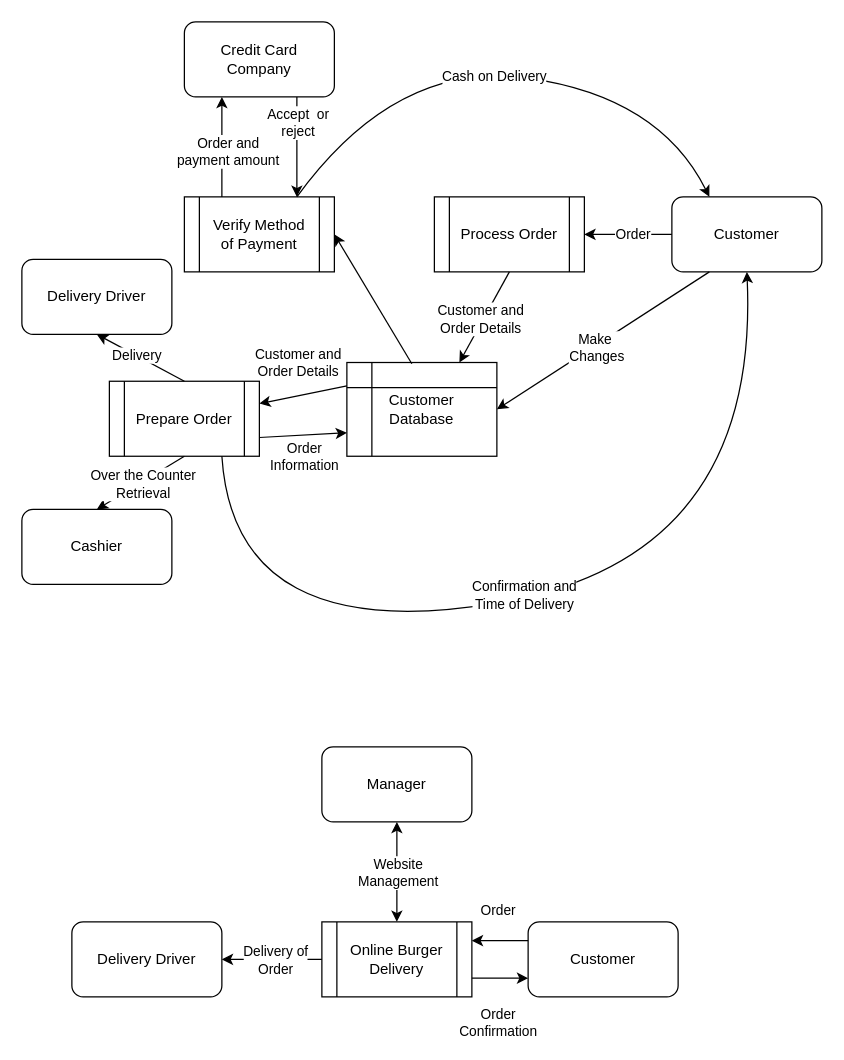
Earlier version of the draw.io diagram Untitled Diagram.drawio (Rimxez/PRATOYO). Source tidied: cells renumbered, new cells numbered last; positions are measured from the earlier drawing's top-left corner, leaving out a move shared by most shapes. Both pictures are drawn from the tidied source at 125%, with x=0, y=0 at pixel (21, 21).
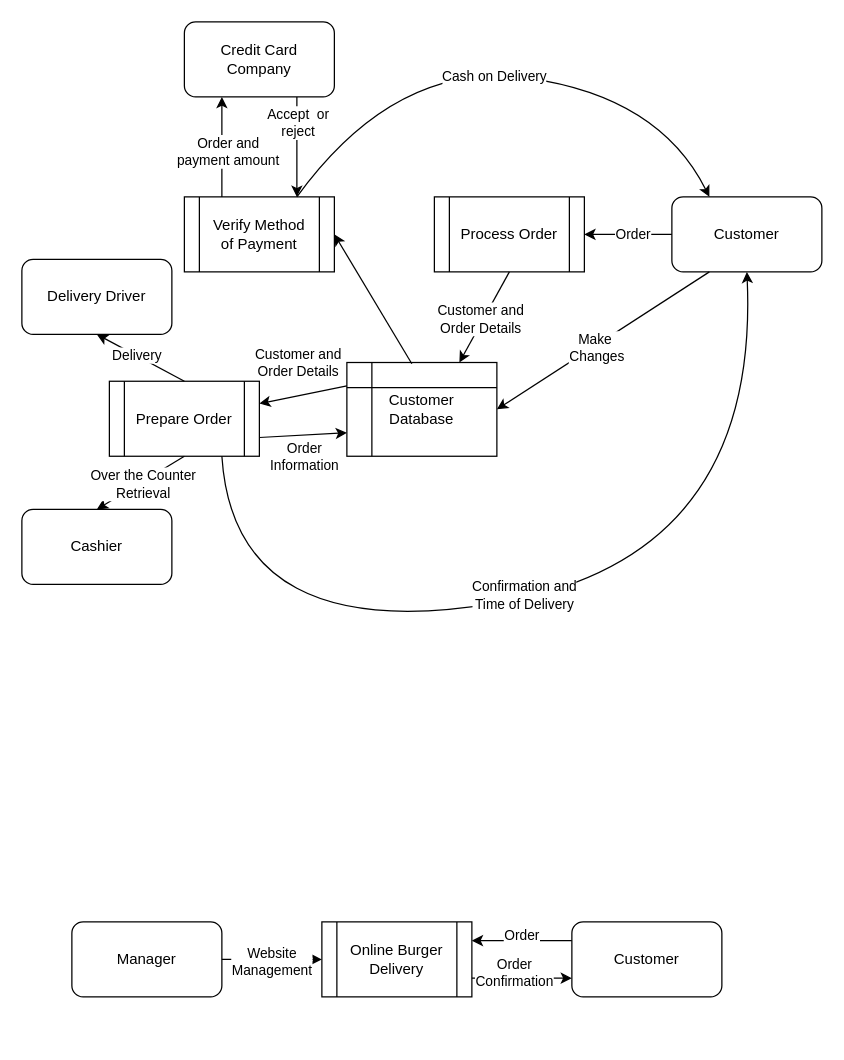
Above is the later version.

The change refers to these unchanged cells:
```xml
<mxCell id="34" value="Online Burger&lt;br&gt;Delivery" style="shape=process;whiteSpace=wrap;html=1;backgroundOutline=1;" parent="1" vertex="1">
  <mxGeometry x="240" y="720" width="120" height="60" as="geometry" />
</mxCell>
<mxCell id="35" style="endArrow=classic;html=1;rounded=0;exitX=0;exitY=0.25;exitDx=0;exitDy=0;entryX=1;entryY=0.25;entryDx=0;entryDy=0;" parent="1" edge="1" source="31" target="34">
  <mxGeometry relative="1" as="geometry" />
</mxCell>
<mxCell id="41" style="endArrow=classic;html=1;rounded=0;exitX=1;exitY=0.75;exitDx=0;exitDy=0;entryX=0;entryY=0.75;entryDx=0;entryDy=0;" parent="1" edge="1" source="34" target="31">
  <mxGeometry relative="1" as="geometry" />
</mxCell>
```

Diff of the diagram source:
```diff
@@
     <mxCell id="31" value="Customer" style="rounded=1;whiteSpace=wrap;html=1;" parent="1" vertex="1">
-      <mxGeometry x="405" y="720" width="120" height="60" as="geometry" />
+      <mxGeometry x="440" y="720" width="120" height="60" as="geometry" />
     </mxCell>
-    <mxCell id="32" value="Manager" style="rounded=1;whiteSpace=wrap;html=1;" parent="1" vertex="1">
-      <mxGeometry x="240" y="580" width="120" height="60" as="geometry" />
-    </mxCell>
-    <mxCell id="33" value="Delivery Driver" style="rounded=1;whiteSpace=wrap;html=1;" parent="1" vertex="1">
+    <mxCell id="33" value="Manager" style="rounded=1;whiteSpace=wrap;html=1;" parent="1" vertex="1">
       <mxGeometry x="40" y="720" width="120" height="60" as="geometry" />
     </mxCell>
@@
     <mxCell id="36" value="Order" style="edgeLabel;html=1;align=center;verticalAlign=middle;" parent="35" vertex="1">
       <mxGeometry x="-0.07" y="1" relative="1" as="geometry">
-        <mxPoint x="-4" y="-26" as="offset" />
+        <mxPoint x="-4" y="-6" as="offset" />
       </mxGeometry>
     </mxCell>
-    <mxCell id="37" style="endArrow=classic;html=1;rounded=0;entryX=1;entryY=0.5;entryDx=0;entryDy=0;exitX=0;exitY=0.5;exitDx=0;exitDy=0;" parent="1" edge="1" source="34" target="33">
-      <mxGeometry relative="1" as="geometry" />
-    </mxCell>
-    <mxCell id="38" value="Delivery of&lt;br&gt;Order" style="edgeLabel;html=1;align=center;verticalAlign=middle;" parent="37" vertex="1">
-      <mxGeometry x="-0.04" relative="1" as="geometry" />
-    </mxCell>
-    <mxCell id="39" style="endArrow=classic;startArrow=classic;html=1;rounded=0;entryX=0.5;entryY=1;entryDx=0;entryDy=0;exitX=0.5;exitY=0;exitDx=0;exitDy=0;" parent="1" edge="1" source="34" target="32">
-      <mxGeometry relative="1" as="geometry" />
-    </mxCell>
-    <mxCell id="40" value="Website &lt;br&gt;Management" style="edgeLabel;html=1;align=center;verticalAlign=middle;" parent="39" vertex="1">
-      <mxGeometry x="-0.17" y="-4" relative="1" as="geometry">
-        <mxPoint x="-4" y="-7" as="offset" />
-      </mxGeometry>
-    </mxCell>
@@
     <mxCell id="42" value="Order&lt;br&gt;Confirmation" style="edgeLabel;html=1;align=center;verticalAlign=middle;" parent="41" vertex="1">
       <mxGeometry x="-0.29" y="1" relative="1" as="geometry">
-        <mxPoint x="4" y="36" as="offset" />
+        <mxPoint x="5" y="-4" as="offset" />
       </mxGeometry>
     </mxCell>
@@
+    <mxCell id="45" style="endArrow=classic;html=1;rounded=0;exitX=1;exitY=0.5;exitDx=0;exitDy=0;entryX=0;entryY=0.5;entryDx=0;entryDy=0;" parent="1" edge="1" source="33" target="34">
+      <mxGeometry relative="1" as="geometry" />
+    </mxCell>
+    <mxCell id="40" value="Website&lt;br&gt;Management" style="edgeLabel;html=1;align=center;verticalAlign=middle;" parent="45" vertex="1">
+      <mxGeometry x="-0.03" y="-1" relative="1" as="geometry" />
+    </mxCell>
```
